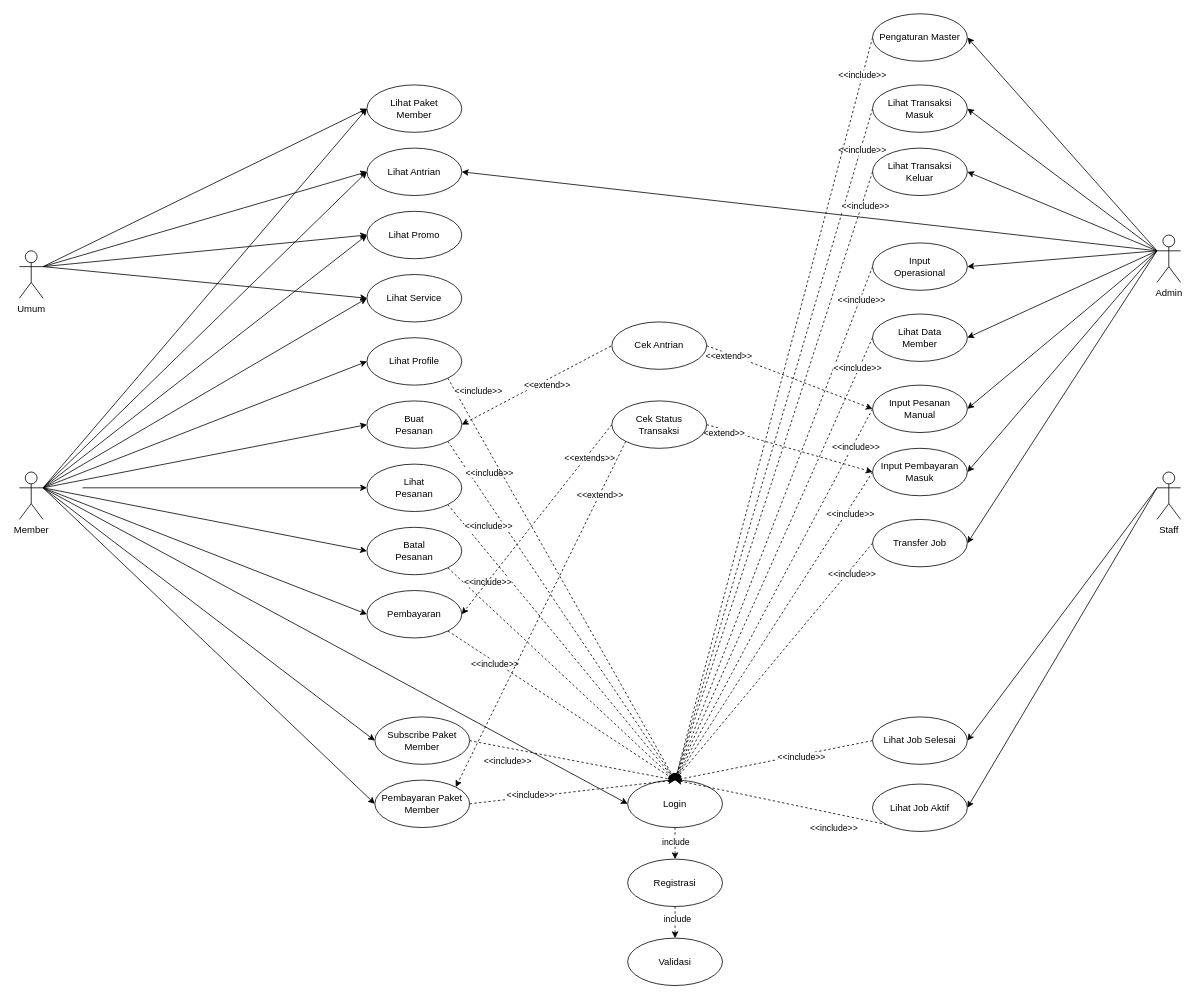
Before: Untitled Diagram.drawio in GSNugroho/latihan-nestjs, a draw.io diagram. Source tidied: cells renumbered, new cells numbered last; positions are measured from the earlier drawing's top-left corner, leaving out a move shared by most shapes. Both pictures are drawn from the tidied source at 79%, with x=0, y=0 at pixel (19, 13).
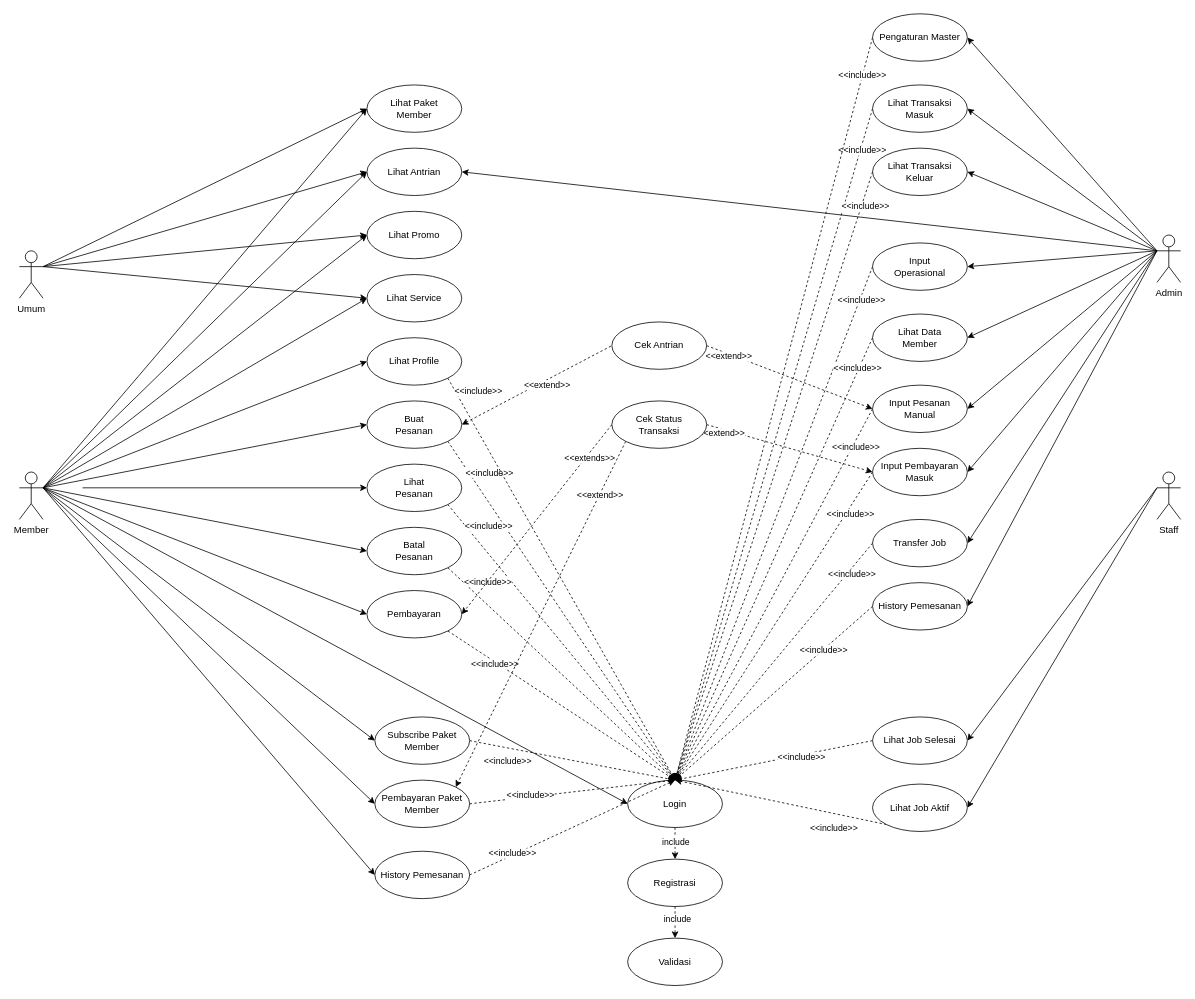
After the change.

Unchanged cells that the change refers to:
```xml
<mxCell id="13" value="Member" style="shape=umlActor;verticalLabelPosition=bottom;verticalAlign=top;html=1;outlineConnect=0;" parent="1" vertex="1">
  <mxGeometry y="580" width="30" height="60" as="geometry" />
</mxCell>
<mxCell id="16" value="Login" style="ellipse;whiteSpace=wrap;html=1;" parent="1" vertex="1">
  <mxGeometry x="770" y="970" width="120" height="60" as="geometry" />
</mxCell>
<mxCell id="69" value="&lt;div&gt;Admin&lt;/div&gt;&lt;div&gt;&lt;br&gt;&lt;/div&gt;" style="shape=umlActor;verticalLabelPosition=bottom;verticalAlign=top;html=1;outlineConnect=0;" parent="1" vertex="1">
  <mxGeometry x="1440" y="280" width="30" height="60" as="geometry" />
</mxCell>
```

The edit, as a diff of the source:
```diff
@@
+    <mxCell id="107" style="rounded=0;jettySize=auto;html=1;exitX=1;exitY=0.3333333333333333;exitDx=0;exitDy=0;exitPerimeter=0;entryX=0;entryY=0.5;entryDx=0;entryDy=0;" parent="1" edge="1" source="13" target="111">
+      <mxGeometry relative="1" as="geometry" />
+    </mxCell>
@@
+    <mxCell id="108" style="rounded=0;jettySize=auto;html=1;exitX=0;exitY=0.3333333333333333;exitDx=0;exitDy=0;exitPerimeter=0;entryX=1;entryY=0.5;entryDx=0;entryDy=0;" parent="1" edge="1" source="69" target="114">
+      <mxGeometry relative="1" as="geometry" />
+    </mxCell>
@@
+    <mxCell id="109" style="rounded=0;jettySize=auto;html=1;exitX=1;exitY=0.5;exitDx=0;exitDy=0;entryX=0.5;entryY=0;entryDx=0;entryDy=0;dashed=1;" parent="1" edge="1" source="111" target="16">
+      <mxGeometry relative="1" as="geometry" />
+    </mxCell>
+    <mxCell id="110" value="&amp;lt;&amp;lt;include&amp;gt;&amp;gt;" style="edgeLabel;html=1;align=center;verticalAlign=middle;" parent="109" vertex="1">
+      <mxGeometry x="-0.58" y="3" relative="1" as="geometry" />
+    </mxCell>
+    <mxCell id="111" value="&lt;div&gt;History Pemesanan&lt;/div&gt;" style="ellipse;whiteSpace=wrap;html=1;" parent="1" vertex="1">
+      <mxGeometry x="450" y="1060" width="120" height="60" as="geometry" />
+    </mxCell>
+    <mxCell id="112" style="rounded=0;jettySize=auto;html=1;exitX=0;exitY=0.5;exitDx=0;exitDy=0;entryX=0.5;entryY=0;entryDx=0;entryDy=0;dashed=1;" parent="1" edge="1" source="114" target="16">
+      <mxGeometry relative="1" as="geometry" />
+    </mxCell>
+    <mxCell id="113" value="&amp;lt;&amp;lt;include&amp;gt;&amp;gt;" style="edgeLabel;html=1;align=center;verticalAlign=middle;" parent="112" vertex="1">
+      <mxGeometry x="-0.5" relative="1" as="geometry" />
+    </mxCell>
+    <mxCell id="114" value="History Pemesanan" style="ellipse;whiteSpace=wrap;html=1;" parent="1" vertex="1">
+      <mxGeometry x="1080" y="720" width="120" height="60" as="geometry" />
+    </mxCell>
```
